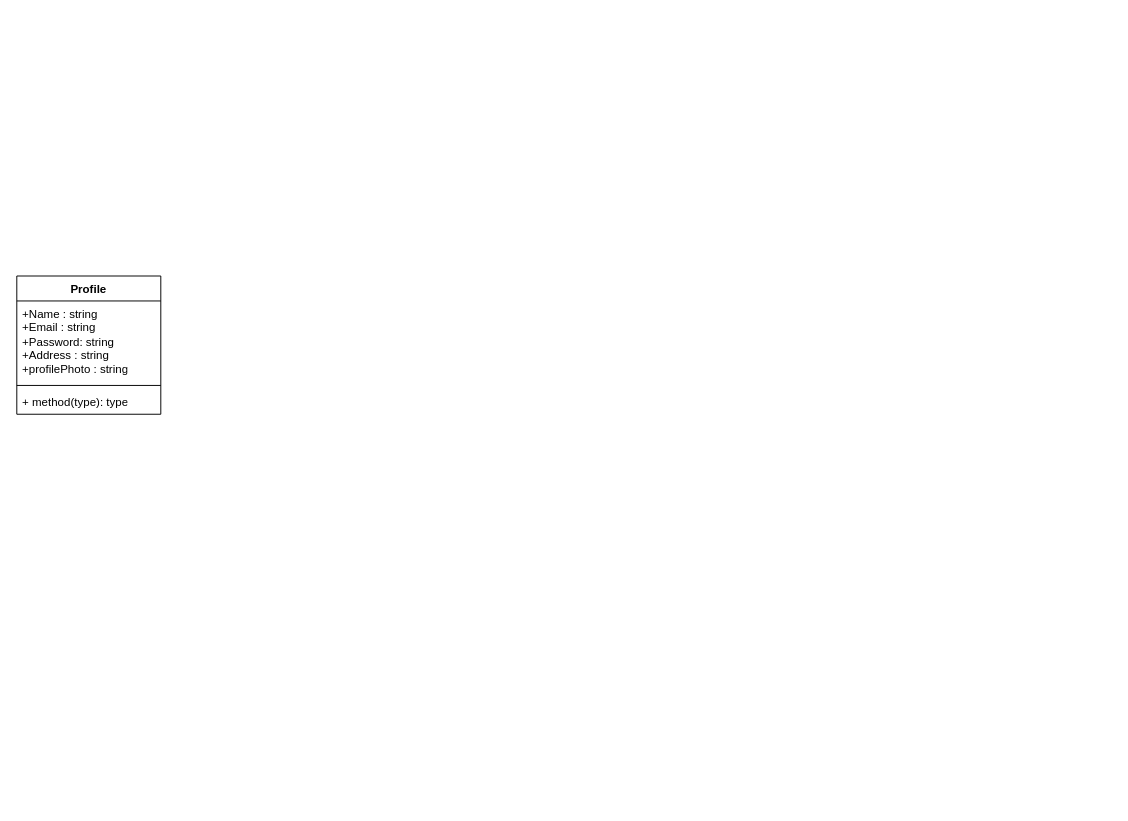
Above: Designing/Facebook/Facebook_LLD.drawio in shivambatsy01/SystemDesigning (draw.io), before the change. Source tidied: cells renumbered, new cells numbered last; positions are measured from the earlier drawing's top-left corner, leaving out a move shared by most shapes. Both pictures are drawn from the tidied source at 96%, with x=0, y=0 at pixel (16, 276).
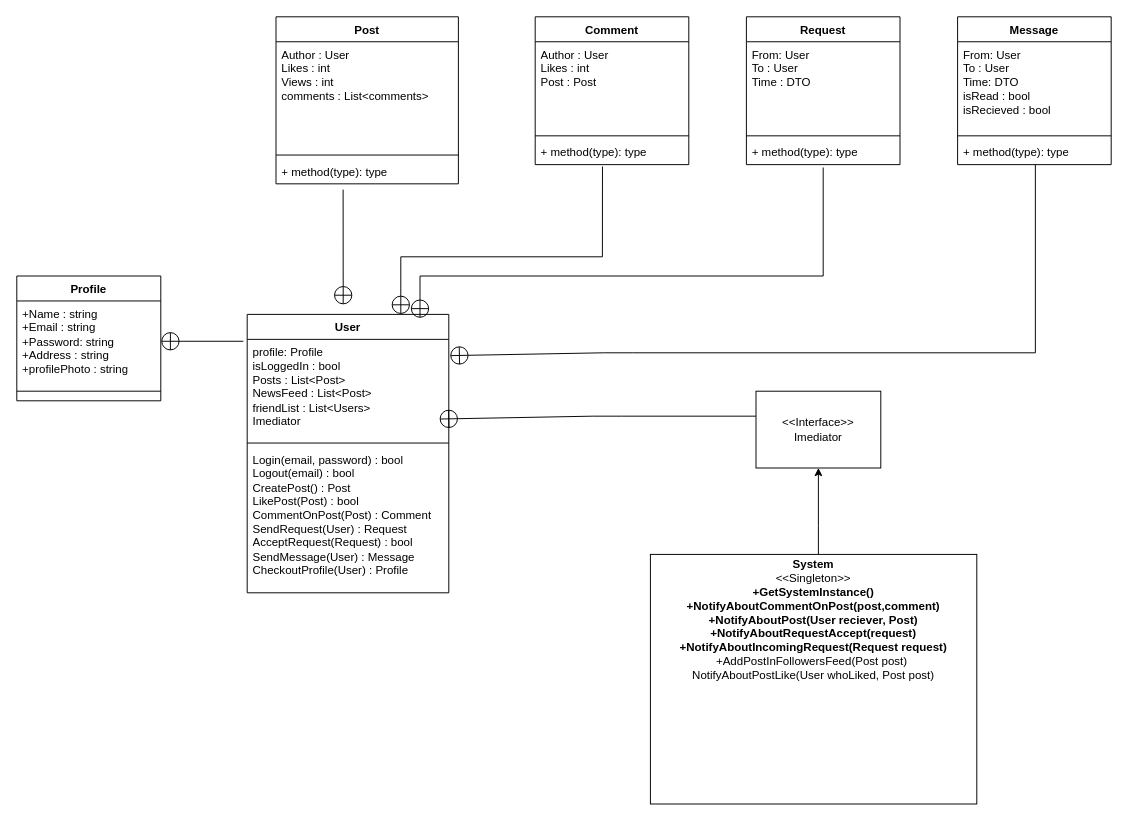
The same page after the edit.

Commit message (it also covers changes not shown here):
facebook and coaviator added

Unchanged cells that the change refers to:
```xml
<mxCell id="3" value="&lt;div&gt;+Name : string&lt;br&gt;+Email : string&lt;br&gt;+Password: string&lt;br&gt;+Address : string&lt;br&gt;+profilePhoto : string&lt;/div&gt;" style="text;strokeColor=none;fillColor=none;align=left;verticalAlign=top;spacingLeft=4;spacingRight=4;overflow=hidden;points=[[0,0.5],[1,0.5]];portConstraint=eastwest;whiteSpace=wrap;html=1;" parent="2" vertex="1">
  <mxGeometry y="26" width="150" height="84" as="geometry" />
</mxCell>
```

The edit, as a diff of the source:
```diff
@@
     <mxCell id="2" value="Profile" style="swimlane;fontStyle=1;align=center;verticalAlign=top;horizontal=1;startSize=26;whiteSpace=wrap;html=1;" parent="1" vertex="1">
-      <mxGeometry width="150" height="144" as="geometry" />
+      <mxGeometry width="150" height="130" as="geometry" />
     </mxCell>
@@
     <mxCell id="4" style="line;strokeWidth=1;fillColor=none;align=left;verticalAlign=middle;spacingTop=-1;spacingLeft=3;spacingRight=3;labelPosition=right;strokeColor=inherit;" parent="2" vertex="1">
-      <mxGeometry y="110" width="150" height="8" as="geometry" />
+      <mxGeometry y="110" width="150" height="20" as="geometry" />
     </mxCell>
-    <mxCell id="5" value="+ method(type): type" style="text;strokeColor=none;fillColor=none;align=left;verticalAlign=top;spacingLeft=4;spacingRight=4;overflow=hidden;whiteSpace=wrap;html=1;" parent="2" vertex="1">
-      <mxGeometry y="118" width="150" height="26" as="geometry" />
-    </mxCell>
+    <mxCell id="6" value="User" style="swimlane;fontStyle=1;align=center;verticalAlign=top;horizontal=1;startSize=26;whiteSpace=wrap;html=1;" parent="1" vertex="1">
+      <mxGeometry x="240" y="40" width="210" height="290" as="geometry" />
+    </mxCell>
+    <mxCell id="7" value="profile: Profile&lt;br&gt;isLoggedIn : bool&lt;br&gt;Posts : List&amp;lt;Post&amp;gt;&lt;br&gt;NewsFeed : List&amp;lt;Post&amp;gt;&lt;br&gt;friendList : List&amp;lt;Users&amp;gt;&lt;br&gt;Imediator" style="text;strokeColor=none;fillColor=none;align=left;verticalAlign=top;spacingLeft=4;spacingRight=4;overflow=hidden;points=[[0,0.5],[1,0.5]];portConstraint=eastwest;whiteSpace=wrap;html=1;" parent="6" vertex="1">
+      <mxGeometry y="26" width="210" height="104" as="geometry" />
+    </mxCell>
+    <mxCell id="8" style="line;strokeWidth=1;fillColor=none;align=left;verticalAlign=middle;spacingTop=-1;spacingLeft=3;spacingRight=3;labelPosition=right;strokeColor=inherit;" parent="6" vertex="1">
+      <mxGeometry y="130" width="210" height="8" as="geometry" />
+    </mxCell>
+    <mxCell id="9" value="Login(email, password) : bool&lt;br&gt;Logout(email) : bool&lt;br&gt;CreatePost() : Post&lt;br&gt;LikePost(Post) : bool&lt;br&gt;CommentOnPost(Post) : Comment&lt;br&gt;SendRequest(User) : Request&lt;br&gt;AcceptRequest(Request) : bool&lt;br&gt;SendMessage(User) : Message&lt;br&gt;CheckoutProfile(User) : Profile" style="text;strokeColor=none;fillColor=none;align=left;verticalAlign=top;spacingLeft=4;spacingRight=4;overflow=hidden;whiteSpace=wrap;html=1;" parent="6" vertex="1">
+      <mxGeometry y="138" width="210" height="152" as="geometry" />
+    </mxCell>
+    <mxCell id="10" style="endArrow=circlePlus;startArrow=none;endFill=0;startFill=0;endSize=8;html=1;labelBackgroundColor=none;rounded=0;entryX=1;entryY=0.5;entryDx=0;entryDy=0;" parent="1" edge="1" target="3">
+      <mxGeometry relative="1" as="geometry">
+        <mxPoint x="236" y="68" as="sourcePoint" />
+      </mxGeometry>
+    </mxCell>
+    <mxCell id="11" value="Comment" style="swimlane;fontStyle=1;align=center;verticalAlign=top;horizontal=1;startSize=26;whiteSpace=wrap;html=1;" parent="1" vertex="1">
+      <mxGeometry x="540" y="-270" width="160" height="154" as="geometry" />
+    </mxCell>
+    <mxCell id="12" value="Author : User&lt;br&gt;Likes : int&lt;br&gt;Post : Post" style="text;strokeColor=none;fillColor=none;align=left;verticalAlign=top;spacingLeft=4;spacingRight=4;overflow=hidden;whiteSpace=wrap;html=1;" parent="11" vertex="1">
+      <mxGeometry y="26" width="160" height="94" as="geometry" />
+    </mxCell>
+    <mxCell id="13" style="line;strokeWidth=1;fillColor=none;align=left;verticalAlign=middle;spacingTop=-1;spacingLeft=3;spacingRight=3;labelPosition=right;strokeColor=inherit;" parent="11" vertex="1">
+      <mxGeometry y="120" width="160" height="8" as="geometry" />
+    </mxCell>
+    <mxCell id="14" value="+ method(type): type" style="text;strokeColor=none;fillColor=none;align=left;verticalAlign=top;spacingLeft=4;spacingRight=4;overflow=hidden;points=[[0,0.5],[1,0.5]];portConstraint=eastwest;whiteSpace=wrap;html=1;" parent="11" vertex="1">
+      <mxGeometry y="128" width="160" height="26" as="geometry" />
+    </mxCell>
+    <mxCell id="15" value="Request" style="swimlane;fontStyle=1;align=center;verticalAlign=top;horizontal=1;startSize=26;whiteSpace=wrap;html=1;" parent="1" vertex="1">
+      <mxGeometry x="760" y="-270" width="160" height="154" as="geometry" />
+    </mxCell>
+    <mxCell id="16" value="From: User&lt;br&gt;To : User&lt;br&gt;Time : DTO&lt;div&gt;&lt;br/&gt;&lt;/div&gt;" style="text;strokeColor=none;fillColor=none;align=left;verticalAlign=top;spacingLeft=4;spacingRight=4;overflow=hidden;whiteSpace=wrap;html=1;" parent="15" vertex="1">
+      <mxGeometry y="26" width="160" height="94" as="geometry" />
+    </mxCell>
+    <mxCell id="17" style="line;strokeWidth=1;fillColor=none;align=left;verticalAlign=middle;spacingTop=-1;spacingLeft=3;spacingRight=3;labelPosition=right;strokeColor=inherit;" parent="15" vertex="1">
+      <mxGeometry y="120" width="160" height="8" as="geometry" />
+    </mxCell>
+    <mxCell id="18" value="+ method(type): type" style="text;strokeColor=none;fillColor=none;align=left;verticalAlign=top;spacingLeft=4;spacingRight=4;overflow=hidden;points=[[0,0.5],[1,0.5]];portConstraint=eastwest;whiteSpace=wrap;html=1;" parent="15" vertex="1">
+      <mxGeometry y="128" width="160" height="26" as="geometry" />
+    </mxCell>
+    <mxCell id="19" value="Post" style="swimlane;fontStyle=1;align=center;verticalAlign=top;horizontal=1;startSize=26;whiteSpace=wrap;html=1;" parent="1" vertex="1">
+      <mxGeometry x="270" y="-270" width="190" height="174" as="geometry" />
+    </mxCell>
+    <mxCell id="20" value="Author : User&lt;div&gt;Likes : int&lt;br&gt;Views : int&lt;br&gt;comments : List&amp;lt;comments&amp;gt;&lt;/div&gt;" style="text;strokeColor=none;fillColor=none;align=left;verticalAlign=top;spacingLeft=4;spacingRight=4;overflow=hidden;whiteSpace=wrap;html=1;" parent="19" vertex="1">
+      <mxGeometry y="26" width="190" height="114" as="geometry" />
+    </mxCell>
+    <mxCell id="21" style="line;strokeWidth=1;fillColor=none;align=left;verticalAlign=middle;spacingTop=-1;spacingLeft=3;spacingRight=3;labelPosition=right;strokeColor=inherit;" parent="19" vertex="1">
+      <mxGeometry y="140" width="190" height="8" as="geometry" />
+    </mxCell>
+    <mxCell id="22" value="+ method(type): type" style="text;strokeColor=none;fillColor=none;align=left;verticalAlign=top;spacingLeft=4;spacingRight=4;overflow=hidden;points=[[0,0.5],[1,0.5]];portConstraint=eastwest;whiteSpace=wrap;html=1;" parent="19" vertex="1">
+      <mxGeometry y="148" width="190" height="26" as="geometry" />
+    </mxCell>
+    <mxCell id="23" value="Message" style="swimlane;fontStyle=1;align=center;verticalAlign=top;horizontal=1;startSize=26;whiteSpace=wrap;html=1;" parent="1" vertex="1">
+      <mxGeometry x="980" y="-270" width="160" height="154" as="geometry" />
+    </mxCell>
+    <mxCell id="24" value="From: User&lt;br&gt;To : User&lt;br&gt;Time: DTO&lt;br&gt;isRead : bool&lt;br&gt;isRecieved : bool" style="text;strokeColor=none;fillColor=none;align=left;verticalAlign=top;spacingLeft=4;spacingRight=4;overflow=hidden;whiteSpace=wrap;html=1;" parent="23" vertex="1">
+      <mxGeometry y="26" width="160" height="94" as="geometry" />
+    </mxCell>
+    <mxCell id="25" style="line;strokeWidth=1;fillColor=none;align=left;verticalAlign=middle;spacingTop=-1;spacingLeft=3;spacingRight=3;labelPosition=right;strokeColor=inherit;" parent="23" vertex="1">
+      <mxGeometry y="120" width="160" height="8" as="geometry" />
+    </mxCell>
+    <mxCell id="26" value="+ method(type): type" style="text;strokeColor=none;fillColor=none;align=left;verticalAlign=top;spacingLeft=4;spacingRight=4;overflow=hidden;whiteSpace=wrap;html=1;" parent="23" vertex="1">
+      <mxGeometry y="128" width="160" height="26" as="geometry" />
+    </mxCell>
+    <mxCell id="27" style="endArrow=circlePlus;startArrow=none;endFill=0;startFill=0;endSize=8;html=1;labelBackgroundColor=none;rounded=0;exitX=0.368;exitY=1.231;exitDx=0;exitDy=0;exitPerimeter=0;" parent="1" edge="1" source="22">
+      <mxGeometry relative="1" as="geometry">
+        <mxPoint x="340" y="30" as="targetPoint" />
+      </mxGeometry>
+    </mxCell>
+    <mxCell id="28" style="endArrow=circlePlus;startArrow=none;endFill=0;startFill=0;endSize=8;html=1;labelBackgroundColor=none;rounded=0;exitX=0.438;exitY=1.077;exitDx=0;exitDy=0;exitPerimeter=0;" parent="1" edge="1" source="14">
+      <mxGeometry relative="1" as="geometry">
+        <mxPoint x="400" y="40" as="targetPoint" />
+        <Array as="points">
+          <mxPoint x="610" y="-20" />
+          <mxPoint x="400" y="-20" />
+        </Array>
+      </mxGeometry>
+    </mxCell>
+    <mxCell id="29" style="endArrow=circlePlus;startArrow=none;endFill=0;startFill=0;endSize=8;html=1;labelBackgroundColor=none;rounded=0;exitX=0.5;exitY=1.115;exitDx=0;exitDy=0;exitPerimeter=0;" parent="1" edge="1" source="18">
+      <mxGeometry relative="1" as="geometry">
+        <mxPoint x="420" y="44" as="targetPoint" />
+        <Array as="points">
+          <mxPoint x="840" />
+          <mxPoint x="420" />
+        </Array>
+      </mxGeometry>
+    </mxCell>
+    <mxCell id="30" style="endArrow=circlePlus;startArrow=none;endFill=0;startFill=0;endSize=8;html=1;labelBackgroundColor=none;rounded=0;exitX=0.5;exitY=1.115;exitDx=0;exitDy=0;exitPerimeter=0;entryX=1.005;entryY=0.163;entryDx=0;entryDy=0;entryPerimeter=0;" parent="1" edge="1" target="7">
+      <mxGeometry relative="1" as="geometry">
+        <mxPoint x="1061" y="-116" as="sourcePoint" />
+        <Array as="points">
+          <mxPoint x="1061" y="80" />
+          <mxPoint x="641" y="80" />
+          <mxPoint x="611" y="80" />
+        </Array>
+      </mxGeometry>
+    </mxCell>
+    <mxCell id="31" value="&amp;lt;&amp;lt;Interface&amp;gt;&amp;gt;&lt;br&gt;Imediator" style="html=1;whiteSpace=wrap;" parent="1" vertex="1">
+      <mxGeometry x="770" y="120" width="130" height="80" as="geometry" />
+    </mxCell>
+    <mxCell id="32" style="edgeStyle=orthogonalEdgeStyle;rounded=0;jettySize=auto;html=1;" parent="1" edge="1" source="33" target="31">
+      <mxGeometry relative="1" as="geometry">
+        <Array as="points">
+          <mxPoint x="835" y="260" />
+          <mxPoint x="835" y="260" />
+        </Array>
+      </mxGeometry>
+    </mxCell>
+    <mxCell id="33" value="&lt;p style=&quot;margin:0px;margin-top:4px;text-align:center;&quot;&gt;&lt;b&gt;System&lt;/b&gt;&lt;br&gt;&amp;lt;&amp;lt;Singleton&amp;gt;&amp;gt;&lt;br&gt;&lt;b&gt;+GetSystemInstance()&lt;/b&gt;&lt;br&gt;&lt;b&gt;+NotifyAboutCommentOnPost(post,comment)&lt;/b&gt;&lt;br&gt;&lt;b&gt;+NotifyAboutPost(User reciever, Post)&lt;/b&gt;&lt;br&gt;&lt;b&gt;+NotifyAboutRequestAccept(request)&lt;/b&gt;&lt;br&gt;&lt;b&gt;+NotifyAboutIncomingRequest(Request request)&lt;/b&gt;&lt;br&gt;+AddPostInFollowersFeed(Post post)&amp;nbsp;&lt;br&gt;NotifyAboutPostLike(User whoLiked, Post post)&lt;br&gt;&lt;br&gt;&lt;br&gt;&lt;/p&gt;" style="verticalAlign=top;align=left;overflow=fill;html=1;whiteSpace=wrap;" parent="1" vertex="1">
+      <mxGeometry x="660" y="290" width="340" height="260" as="geometry" />
+    </mxCell>
+    <mxCell id="34" style="endArrow=circlePlus;startArrow=none;endFill=0;startFill=0;endSize=8;html=1;labelBackgroundColor=none;rounded=0;entryX=1.005;entryY=0.163;entryDx=0;entryDy=0;entryPerimeter=0;exitX=0;exitY=0.325;exitDx=0;exitDy=0;exitPerimeter=0;" parent="1" edge="1" source="31">
+      <mxGeometry relative="1" as="geometry">
+        <mxPoint x="440" y="149" as="targetPoint" />
+        <Array as="points">
+          <mxPoint x="630" y="146" />
+          <mxPoint x="600" y="146" />
+        </Array>
+      </mxGeometry>
+    </mxCell>
```
